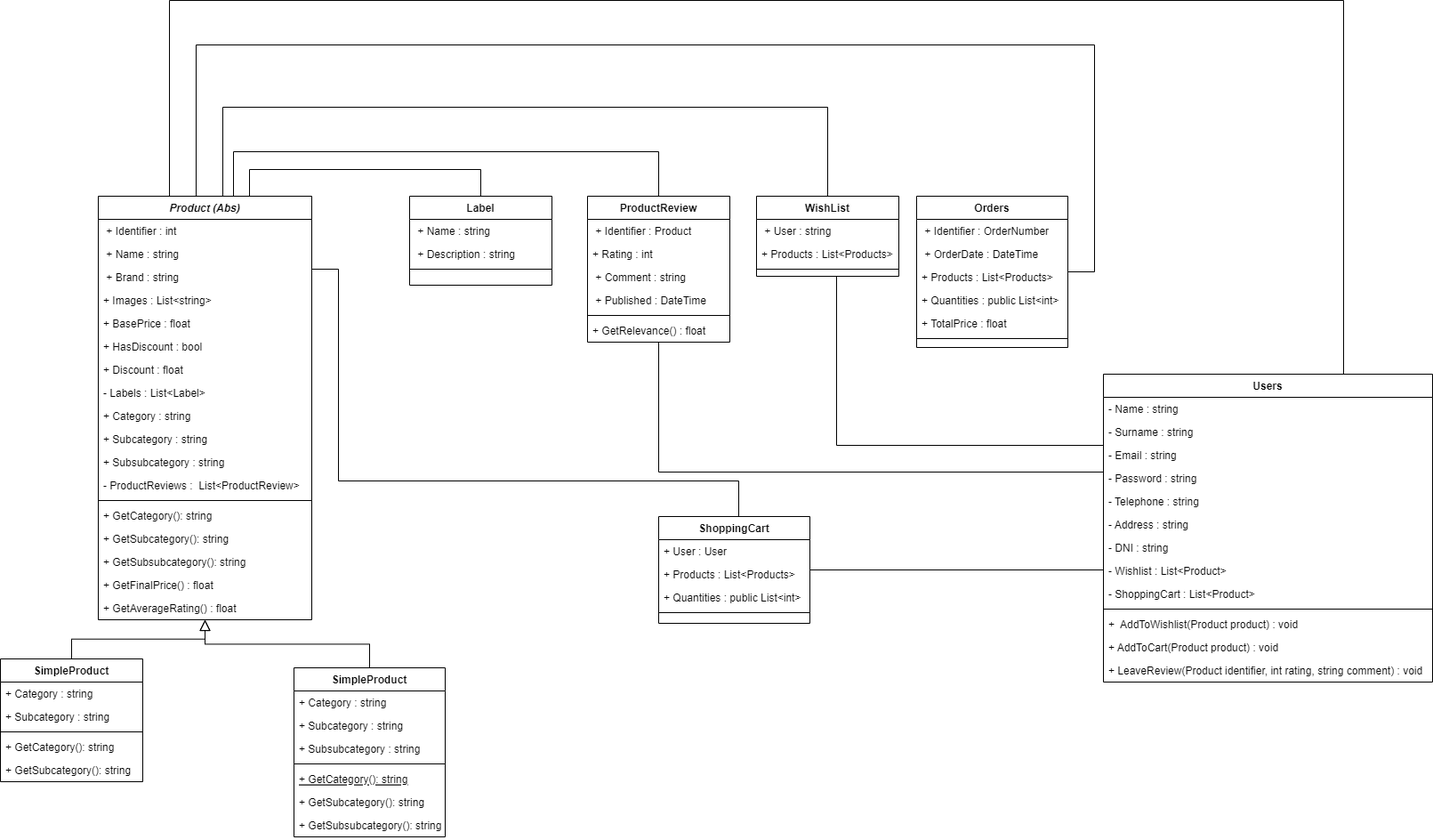
This is UML-Design-Code-JuanCarlosRuiz.png from juankarf/Design-Code-JuanCarlosRuiz, a draw.io export, as it was before one commit. Source tidied: cells renumbered, new cells last; positions are measured from the earlier drawing's top-left corner, leaving out a move shared by most shapes.
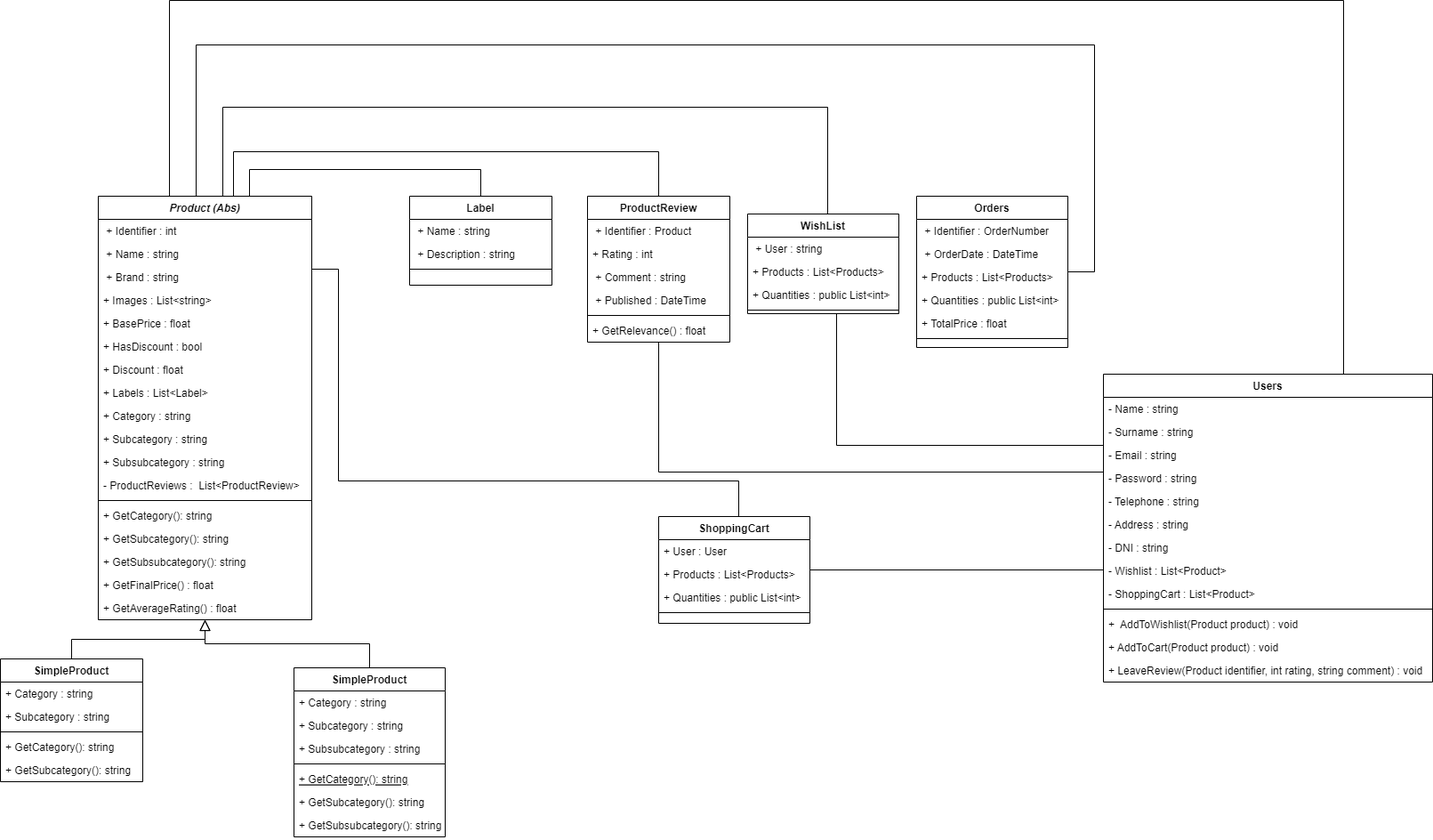
After the change.

The edit, as a diff of the source:
```diff
@@ -26,7 +26,7 @@
     <mxCell id="9" value="+ Discount : float" style="text;align=left;verticalAlign=top;spacingLeft=4;spacingRight=4;overflow=hidden;rounded=0;shadow=0;html=0;" parent="2" vertex="1">
       <mxGeometry y="182" width="240" height="26" as="geometry" />
     </mxCell>
-    <mxCell id="10" value="- Labels : List&lt;Label&gt;" style="text;align=left;verticalAlign=top;spacingLeft=4;spacingRight=4;overflow=hidden;rounded=0;shadow=0;html=0;" parent="2" vertex="1">
+    <mxCell id="10" value="+ Labels : List&lt;Label&gt;" style="text;align=left;verticalAlign=top;spacingLeft=4;spacingRight=4;overflow=hidden;rounded=0;shadow=0;html=0;" parent="2" vertex="1">
       <mxGeometry y="208" width="240" height="26" as="geometry" />
     </mxCell>
     <mxCell id="11" value="+ Category : string" style="text;align=left;verticalAlign=top;spacingLeft=4;spacingRight=4;overflow=hidden;rounded=0;shadow=0;html=0;" parent="2" vertex="1">
@@ -206,16 +206,19 @@
       </mxGeometry>
     </mxCell>
     <mxCell id="63" value="WishList" style="swimlane;fontStyle=1;align=center;verticalAlign=top;horizontal=1;startSize=26;rounded=0;shadow=0;strokeWidth=1;" parent="1" vertex="1">
-      <mxGeometry x="850" y="220" width="160" height="90" as="geometry" />
+      <mxGeometry x="840" y="240" width="170" height="112" as="geometry" />
     </mxCell>
     <mxCell id="64" value=" + User : string " style="text;align=left;verticalAlign=top;spacingLeft=4;spacingRight=4;overflow=hidden;" parent="63" vertex="1">
-      <mxGeometry y="26" width="160" height="26" as="geometry" />
+      <mxGeometry y="26" width="170" height="26" as="geometry" />
     </mxCell>
     <mxCell id="65" value="+ Products : List&lt;Products&gt;" style="text;align=left;verticalAlign=top;spacingLeft=4;spacingRight=4;overflow=hidden;" parent="63" vertex="1">
-      <mxGeometry y="52" width="160" height="26" as="geometry" />
+      <mxGeometry y="52" width="170" height="26" as="geometry" />
     </mxCell>
+    <mxCell id="87" value="+ Quantities : public List&lt;int&gt;" style="text;align=left;verticalAlign=top;spacingLeft=4;spacingRight=4;overflow=hidden;" parent="63" vertex="1">
+      <mxGeometry y="78" width="170" height="26" as="geometry" />
+    </mxCell>
     <mxCell id="66" style="line;html=1;strokeWidth=1;align=left;verticalAlign=middle;spacingTop=-1;spacingLeft=3;spacingRight=3;labelPosition=right;" parent="63" vertex="1">
-      <mxGeometry y="78" width="160" height="8" as="geometry" />
+      <mxGeometry y="104" width="170" height="8" as="geometry" />
     </mxCell>
     <mxCell id="67" style="endArrow=none;html=1;rounded=0;edgeStyle=orthogonalEdgeStyle;" parent="1" edge="1" source="2" target="63">
       <mxGeometry relative="1" as="geometry">
```
